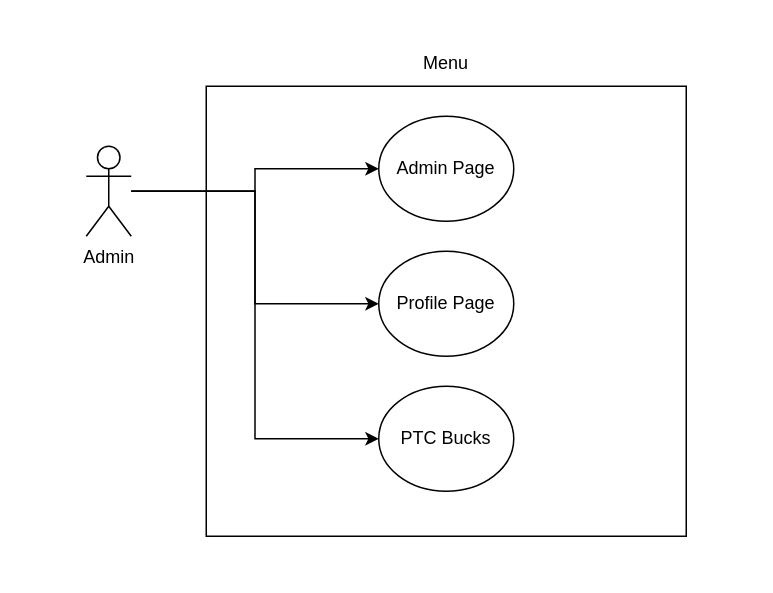
This is MenuUCD-Seller.drawio from AlexTheVeil/IntrotoSEProject, a draw.io file, before an edit. Source tidied: cells renumbered, new cells numbered last; positions are measured from the earlier drawing's top-left corner, leaving out a move shared by most shapes. Both pictures are drawn from the tidied source at 150%, with x=0, y=0 at pixel (86, 40).
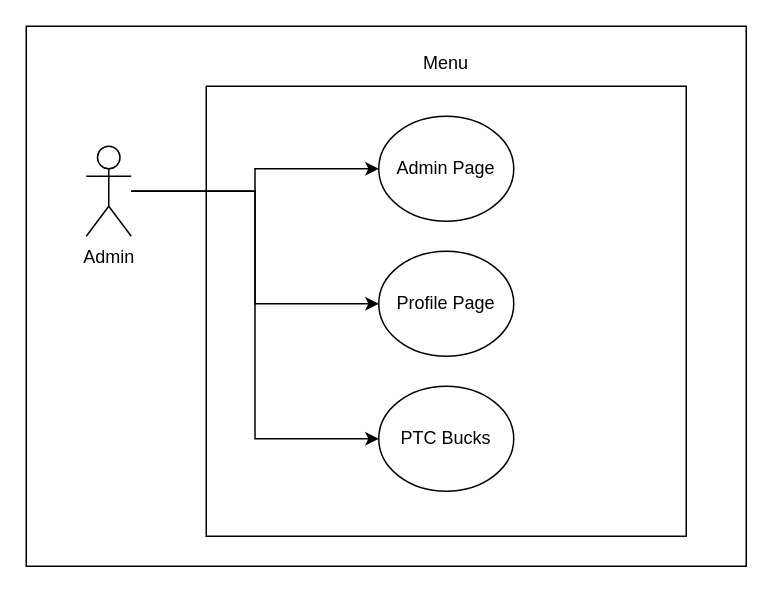
Above is the later version.

Diff of the diagram source:
```diff
@@
 <mxGraphModel>
   <root>
     <mxCell id="0" />
     <mxCell id="1" parent="0" />
+    <mxCell id="11" style="rounded=0;whiteSpace=wrap;html=1;" parent="1" vertex="1">
+      <mxGeometry x="-40" y="-10" width="480" height="360" as="geometry" />
+    </mxCell>
     <mxCell id="2" style="rounded=0;whiteSpace=wrap;html=1;" parent="1" vertex="1">
       <mxGeometry x="80" y="30" width="320" height="300" as="geometry" />
     </mxCell>
     <mxCell id="3" style="edgeStyle=orthogonalEdgeStyle;rounded=0;jettySize=auto;html=1;entryX=0;entryY=0.5;entryDx=0;entryDy=0;" parent="1" edge="1" source="6" target="8">
       <mxGeometry relative="1" as="geometry" />
     </mxCell>
     <mxCell id="4" style="edgeStyle=orthogonalEdgeStyle;rounded=0;jettySize=auto;html=1;entryX=0;entryY=0.5;entryDx=0;entryDy=0;" parent="1" edge="1" source="6" target="9">
       <mxGeometry relative="1" as="geometry" />
     </mxCell>
     <mxCell id="5" style="edgeStyle=orthogonalEdgeStyle;rounded=0;jettySize=auto;html=1;entryX=0;entryY=0.5;entryDx=0;entryDy=0;" parent="1" edge="1" source="6" target="10">
       <mxGeometry relative="1" as="geometry" />
     </mxCell>
     <mxCell id="6" value="Admin" style="shape=umlActor;verticalLabelPosition=bottom;verticalAlign=top;html=1;outlineConnect=0;" parent="1" vertex="1">
       <mxGeometry y="70" width="30" height="60" as="geometry" />
     </mxCell>
     <mxCell id="7" value="Menu" style="text;html=1;align=center;verticalAlign=middle;whiteSpace=wrap;rounded=0;" parent="1" vertex="1">
       <mxGeometry x="210" width="60" height="30" as="geometry" />
     </mxCell>
     <mxCell id="8" value="Admin Page" style="ellipse;whiteSpace=wrap;html=1;" parent="1" vertex="1">
       <mxGeometry x="195" y="50" width="90" height="70" as="geometry" />
     </mxCell>
     <mxCell id="9" value="Profile Page" style="ellipse;whiteSpace=wrap;html=1;" parent="1" vertex="1">
       <mxGeometry x="195" y="140" width="90" height="70" as="geometry" />
     </mxCell>
     <mxCell id="10" value="PTC Bucks" style="ellipse;whiteSpace=wrap;html=1;" parent="1" vertex="1">
       <mxGeometry x="195" y="230" width="90" height="70" as="geometry" />
     </mxCell>
   </root>
 </mxGraphModel>
```
